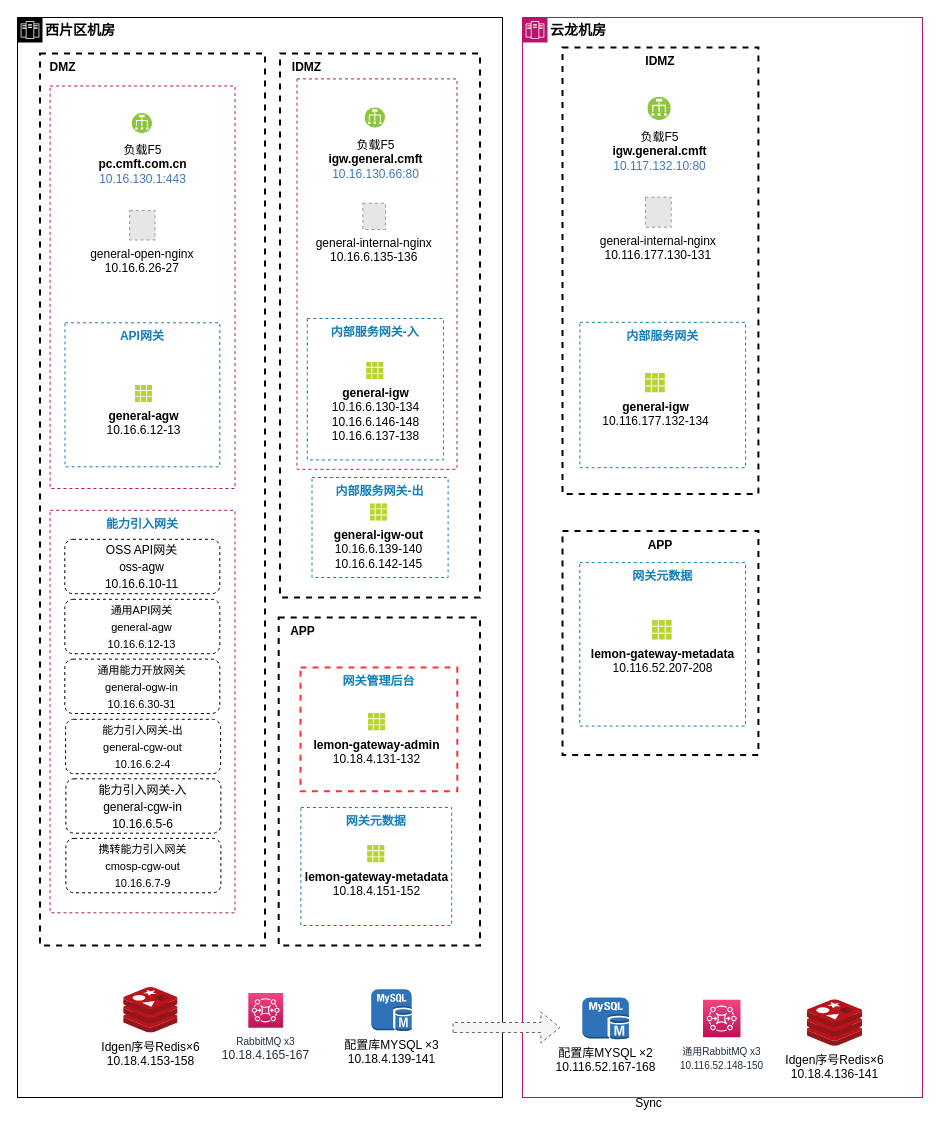
This is page "现状部署图" (1 of 2) of drawio/通用中台网关现状.drawio from hezhuma/image-repo, a draw.io file, before an edit. Source tidied: cells renumbered, new cells numbered last; positions are measured from the earlier drawing's top-left corner, leaving out a move shared by most shapes. Both pictures are drawn from the tidied source at 100%, with x=0, y=0 at pixel (17, 17). Pictures stored in the file or linked from it are replaced by grey dashed boxes.
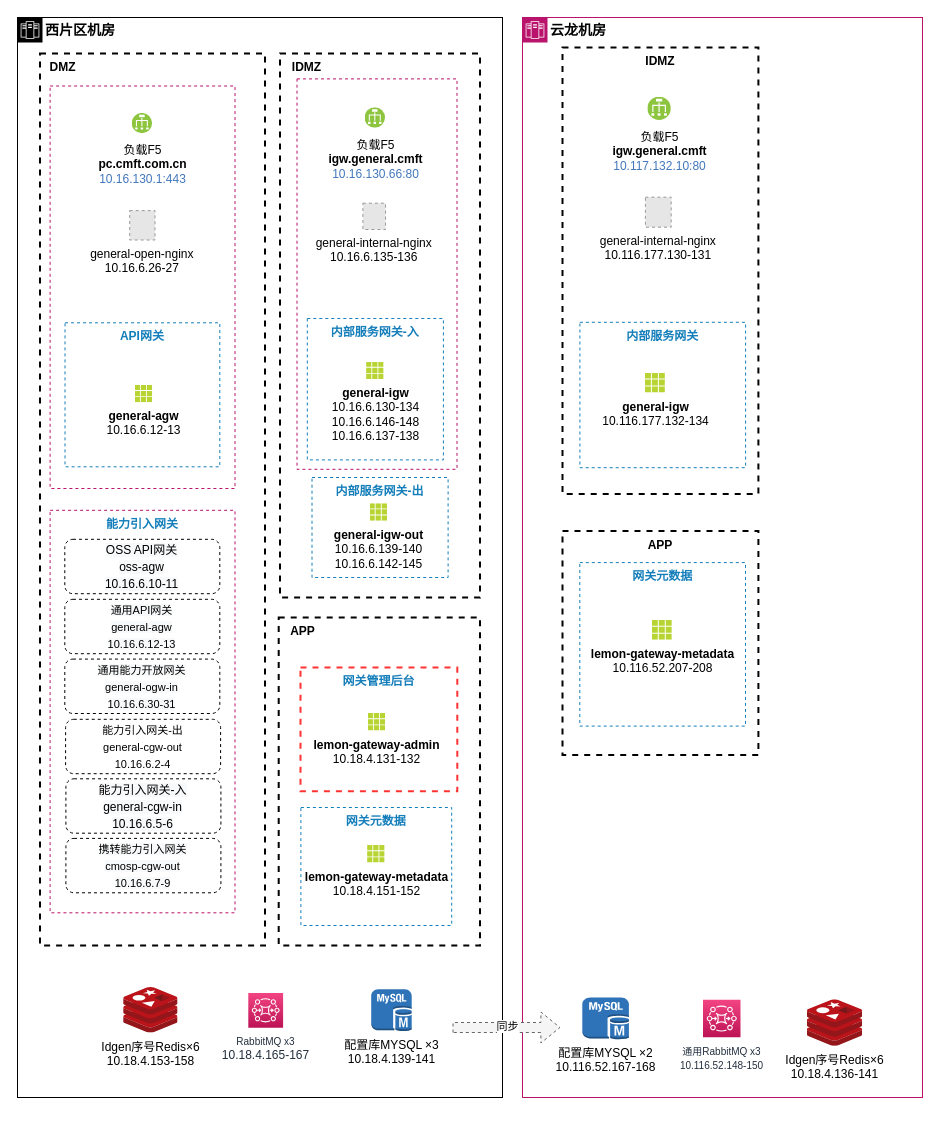
After the change.

Commit message (it also covers changes not shown here):
更新通用中台网关现状.drawio

The change refers to these unchanged cells:
```xml
<mxCell id="50" style="shape=flexArrow;endArrow=classic;html=1;rounded=0;strokeWidth=1;fillColor=#f5f5f5;strokeColor=#666666;dashed=1;" parent="1" edge="1">
  <mxGeometry relative="1" as="geometry">
    <mxPoint x="435" y="1010" as="sourcePoint" />
    <mxPoint x="542.9" y="1010" as="targetPoint" />
  </mxGeometry>
</mxCell>
```

The edit, as a diff of the source:
```diff
@@
-    <mxCell id="49" value="Sync" style="text;html=1;align=center;verticalAlign=middle;strokeColor=none;fillColor=none;" parent="1" vertex="1">
-      <mxGeometry x="605.9" y="1070.7" width="50" height="30" as="geometry" />
-    </mxCell>
@@
+    <mxCell id="51" value="同步" style="edgeLabel;html=1;align=center;verticalAlign=middle;" parent="50" vertex="1">
+      <mxGeometry y="2" relative="1" as="geometry" />
+    </mxCell>
```
